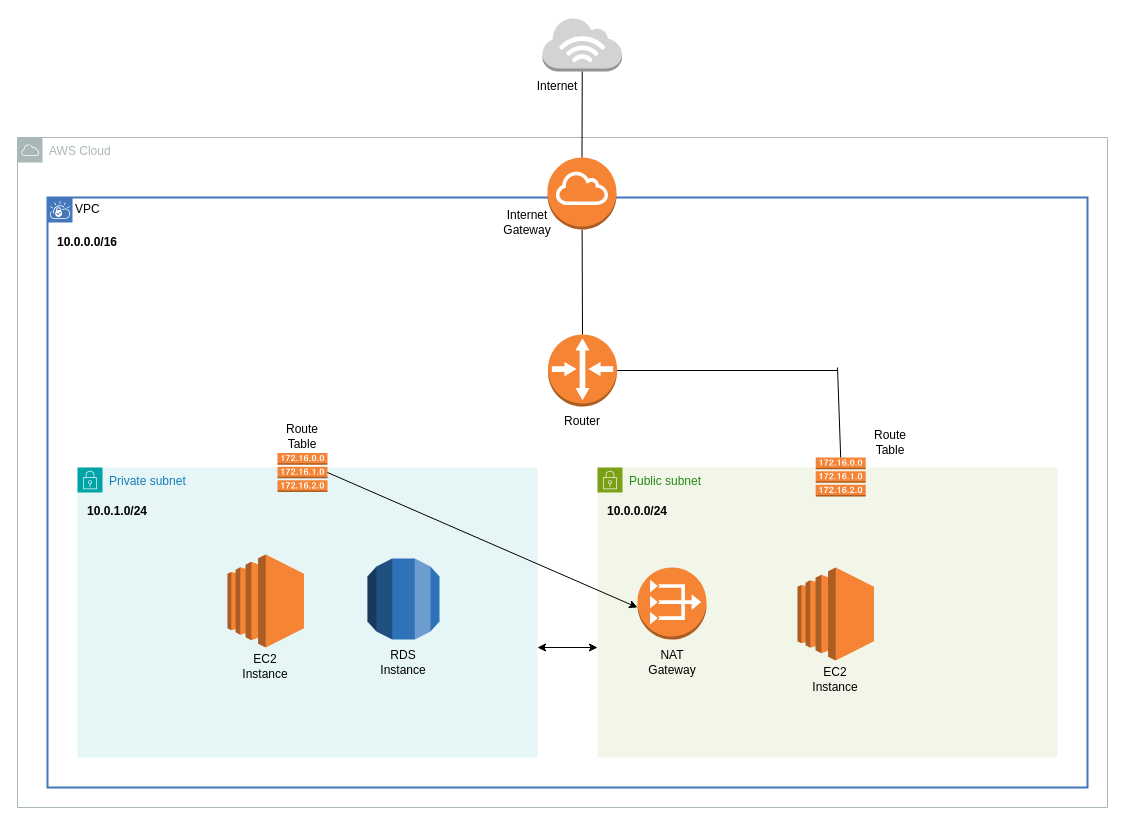
al70023/NERC-Dashboard-Demo keeps this draw.io diagram as Documentation/network diagram.drawio. Above is the earlier version. Source tidied: cells renumbered, new cells numbered last; positions are measured from the earlier drawing's top-left corner, leaving out a move shared by most shapes. Both pictures are drawn from the tidied source at 100%, with x=0, y=0 at pixel (17, 17).
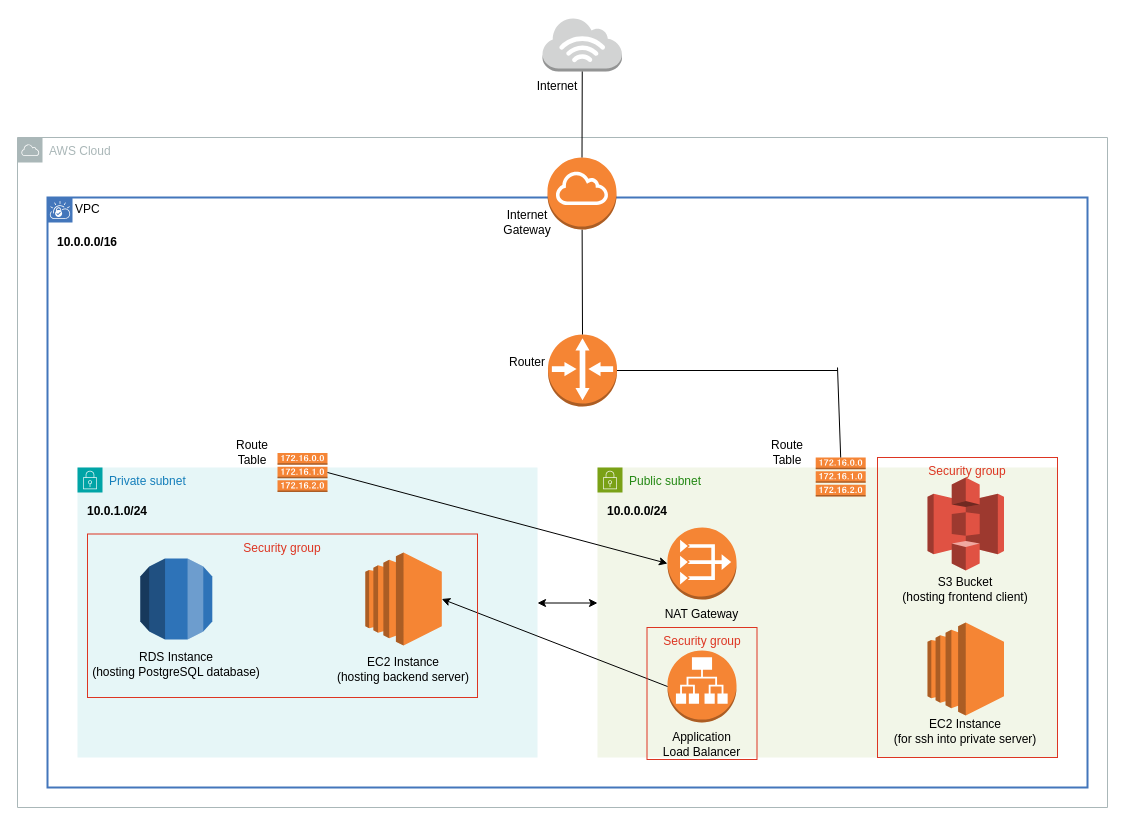
The same page after the edit.

Commit message (it also covers changes not shown here):
updated network diagram

The change refers to these unchanged cells:
```xml
<mxCell id="3" value="VPC" style="shape=mxgraph.ibm.box;prType=vpc;fontStyle=0;verticalAlign=top;align=left;spacingLeft=32;spacingTop=4;fillColor=none;rounded=0;whiteSpace=wrap;html=1;strokeColor=#4376BB;strokeWidth=2;dashed=0;spacing=-4;" parent="1" vertex="1">
  <mxGeometry x="30" y="180" width="1040" height="590" as="geometry" />
</mxCell>
<mxCell id="25" style="outlineConnect=0;dashed=0;verticalLabelPosition=bottom;verticalAlign=top;align=center;html=1;shape=mxgraph.aws3.route_table;fillColor=#F58536;gradientColor=none;" parent="1" vertex="1">
  <mxGeometry x="260" y="435.5" width="50" height="39" as="geometry" />
</mxCell>
```

What changed in the source:
```diff
@@
-    <mxCell id="8" value="Router" style="text;html=1;strokeColor=none;fillColor=none;align=center;verticalAlign=middle;whiteSpace=wrap;rounded=0;" parent="3" vertex="1">
-      <mxGeometry x="510" y="209" width="50" height="30" as="geometry" />
-    </mxCell>
-    <mxCell id="9" value="Route Table" style="text;html=1;strokeColor=none;fillColor=none;align=center;verticalAlign=middle;whiteSpace=wrap;rounded=0;" parent="3" vertex="1">
-      <mxGeometry x="818.2" y="230" width="50" height="30" as="geometry" />
-    </mxCell>
@@
-    <mxCell id="13" style="dashed=0;verticalLabelPosition=bottom;verticalAlign=top;align=center;html=1;shape=mxgraph.aws3.ec2;fillColor=#F58534;gradientColor=none;" parent="3" vertex="1">
-      <mxGeometry x="750" y="370" width="76.5" height="93" as="geometry" />
-    </mxCell>
-    <mxCell id="14" value="EC2 Instance" style="text;html=1;strokeColor=none;fillColor=none;align=center;verticalAlign=middle;whiteSpace=wrap;rounded=0;" parent="3" vertex="1">
-      <mxGeometry x="758.2" y="463" width="60" height="37" as="geometry" />
-    </mxCell>
@@
     <mxCell id="23" style="outlineConnect=0;dashed=0;verticalLabelPosition=bottom;verticalAlign=top;align=center;html=1;shape=mxgraph.aws3.vpc_nat_gateway;fillColor=#F58534;gradientColor=none;" parent="1" vertex="1">
-      <mxGeometry x="620" y="550" width="69" height="72" as="geometry" />
+      <mxGeometry x="650" y="510" width="69" height="72" as="geometry" />
     </mxCell>
     <mxCell id="24" style="endArrow=classic;startArrow=classic;html=1;rounded=0;" parent="1" edge="1">
       <mxGeometry relative="1" as="geometry">
-        <mxPoint x="520" y="630" as="sourcePoint" />
-        <mxPoint x="580" y="630" as="targetPoint" />
+        <mxPoint x="520" y="585.5" as="sourcePoint" />
+        <mxPoint x="580" y="585.5" as="targetPoint" />
       </mxGeometry>
     </mxCell>
@@
     <mxCell id="26" value="Route Table" style="text;html=1;strokeColor=none;fillColor=none;align=center;verticalAlign=middle;whiteSpace=wrap;rounded=0;" parent="1" vertex="1">
-      <mxGeometry x="260" y="404" width="50" height="30" as="geometry" />
+      <mxGeometry x="210" y="420" width="50" height="30" as="geometry" />
     </mxCell>
     <mxCell id="27" value="NAT Gateway" style="text;html=1;strokeColor=none;fillColor=none;align=center;verticalAlign=middle;whiteSpace=wrap;rounded=0;" parent="1" vertex="1">
-      <mxGeometry x="629.5" y="630" width="50" height="30" as="geometry" />
+      <mxGeometry x="644.2" y="582" width="80.5" height="30" as="geometry" />
     </mxCell>
-    <mxCell id="28" style="endArrow=classic;html=1;rounded=0;exitX=1;exitY=0.5;exitDx=0;exitDy=0;exitPerimeter=0;" parent="1" edge="1" source="25">
-      <mxGeometry relative="1" as="geometry">
-        <mxPoint x="620" y="590" as="targetPoint" />
-      </mxGeometry>
+    <mxCell id="28" style="endArrow=classic;html=1;rounded=0;exitX=1;exitY=0.5;exitDx=0;exitDy=0;exitPerimeter=0;entryX=0;entryY=0.5;entryDx=0;entryDy=0;entryPerimeter=0;" parent="1" edge="1" source="25" target="23">
+      <mxGeometry relative="1" as="geometry" />
     </mxCell>
     <mxCell id="29" style="outlineConnect=0;dashed=0;verticalLabelPosition=bottom;verticalAlign=top;align=center;html=1;shape=mxgraph.aws3.ec2;fillColor=#F58534;gradientColor=none;" parent="1" vertex="1">
-      <mxGeometry x="210" y="537" width="76.5" height="93" as="geometry" />
+      <mxGeometry x="347.8" y="535" width="76.5" height="93" as="geometry" />
     </mxCell>
-    <mxCell id="30" value="EC2 Instance" style="text;html=1;strokeColor=none;fillColor=none;align=center;verticalAlign=middle;whiteSpace=wrap;rounded=0;" parent="1" vertex="1">
-      <mxGeometry x="218.2" y="630" width="60" height="37" as="geometry" />
+    <mxCell id="30" value="EC2 Instance&lt;br&gt;(hosting backend server)" style="text;html=1;strokeColor=none;fillColor=none;align=center;verticalAlign=middle;whiteSpace=wrap;rounded=0;" parent="1" vertex="1">
+      <mxGeometry x="317.2" y="633" width="137.6" height="37" as="geometry" />
     </mxCell>
     <mxCell id="31" style="dashed=0;verticalLabelPosition=bottom;verticalAlign=top;align=center;html=1;shape=mxgraph.aws3.rds;fillColor=#2E73B8;gradientColor=none;" parent="1" vertex="1">
-      <mxGeometry x="350" y="541" width="72" height="81" as="geometry" />
+      <mxGeometry x="122.8" y="541" width="72" height="81" as="geometry" />
     </mxCell>
-    <mxCell id="32" value="RDS Instance" style="text;html=1;strokeColor=none;fillColor=none;align=center;verticalAlign=middle;whiteSpace=wrap;rounded=0;" parent="1" vertex="1">
-      <mxGeometry x="356" y="626.5" width="60" height="37" as="geometry" />
+    <mxCell id="32" value="RDS Instance &lt;br&gt;(hosting PostgreSQL database)" style="text;html=1;strokeColor=none;fillColor=none;align=center;verticalAlign=middle;whiteSpace=wrap;rounded=0;" parent="1" vertex="1">
+      <mxGeometry x="71.8" y="628" width="174" height="37" as="geometry" />
     </mxCell>
+    <mxCell id="33" style="outlineConnect=0;dashed=0;verticalLabelPosition=bottom;verticalAlign=top;align=center;html=1;shape=mxgraph.aws3.application_load_balancer;fillColor=#F58534;gradientColor=none;" parent="1" vertex="1">
+      <mxGeometry x="650" y="633" width="69" height="72" as="geometry" />
+    </mxCell>
+    <mxCell id="34" value="Application Load Balancer" style="text;html=1;strokeColor=none;fillColor=none;align=center;verticalAlign=middle;whiteSpace=wrap;rounded=0;" parent="1" vertex="1">
+      <mxGeometry x="644.2" y="712" width="80.5" height="30" as="geometry" />
+    </mxCell>
+    <mxCell id="35" style="endArrow=classic;html=1;rounded=0;exitX=0;exitY=0.5;exitDx=0;exitDy=0;exitPerimeter=0;entryX=1;entryY=0.5;entryDx=0;entryDy=0;entryPerimeter=0;" parent="1" edge="1" source="33" target="29">
+      <mxGeometry relative="1" as="geometry" />
+    </mxCell>
+    <mxCell id="36" value="EC2 Instance&lt;br&gt;(for ssh into private server)" style="text;html=1;strokeColor=none;fillColor=none;align=center;verticalAlign=middle;whiteSpace=wrap;rounded=0;" parent="1" vertex="1">
+      <mxGeometry x="873.2" y="695" width="150" height="37" as="geometry" />
+    </mxCell>
+    <mxCell id="37" style="dashed=0;verticalLabelPosition=bottom;verticalAlign=top;align=center;html=1;shape=mxgraph.aws3.ec2;fillColor=#F58534;gradientColor=none;" parent="1" vertex="1">
+      <mxGeometry x="910" y="605" width="76.5" height="93" as="geometry" />
+    </mxCell>
+    <mxCell id="38" style="dashed=0;verticalLabelPosition=bottom;verticalAlign=top;align=center;html=1;shape=mxgraph.aws3.s3;fillColor=#E05243;gradientColor=none;" parent="1" vertex="1">
+      <mxGeometry x="910" y="460" width="76.5" height="93" as="geometry" />
+    </mxCell>
+    <mxCell id="39" value="S3 Bucket&lt;br&gt;(hosting frontend client)" style="text;html=1;strokeColor=none;fillColor=none;align=center;verticalAlign=middle;whiteSpace=wrap;rounded=0;" parent="1" vertex="1">
+      <mxGeometry x="873.2" y="553" width="150" height="37" as="geometry" />
+    </mxCell>
+    <mxCell id="8" value="Router" style="text;html=1;strokeColor=none;fillColor=none;align=center;verticalAlign=middle;whiteSpace=wrap;rounded=0;" parent="1" vertex="1">
+      <mxGeometry x="480" y="330" width="60" height="30" as="geometry" />
+    </mxCell>
+    <mxCell id="40" value="Security group" style="fillColor=none;strokeColor=#DD3522;verticalAlign=top;fontStyle=0;fontColor=#DD3522;whiteSpace=wrap;html=1;" parent="1" vertex="1">
+      <mxGeometry x="70" y="516.5" width="390" height="163.5" as="geometry" />
+    </mxCell>
+    <mxCell id="41" value="Security group" style="fillColor=none;strokeColor=#DD3522;verticalAlign=top;fontStyle=0;fontColor=#DD3522;whiteSpace=wrap;html=1;" parent="1" vertex="1">
+      <mxGeometry x="629.5" y="610" width="110" height="132" as="geometry" />
+    </mxCell>
+    <mxCell id="42" value="Security group" style="fillColor=none;strokeColor=#DD3522;verticalAlign=top;fontStyle=0;fontColor=#DD3522;whiteSpace=wrap;html=1;" parent="1" vertex="1">
+      <mxGeometry x="860" y="440" width="180" height="300" as="geometry" />
+    </mxCell>
+    <mxCell id="9" value="Route Table" style="text;html=1;strokeColor=none;fillColor=none;align=center;verticalAlign=middle;whiteSpace=wrap;rounded=0;" parent="1" vertex="1">
+      <mxGeometry x="739.5" y="420" width="60" height="30" as="geometry" />
+    </mxCell>
```
